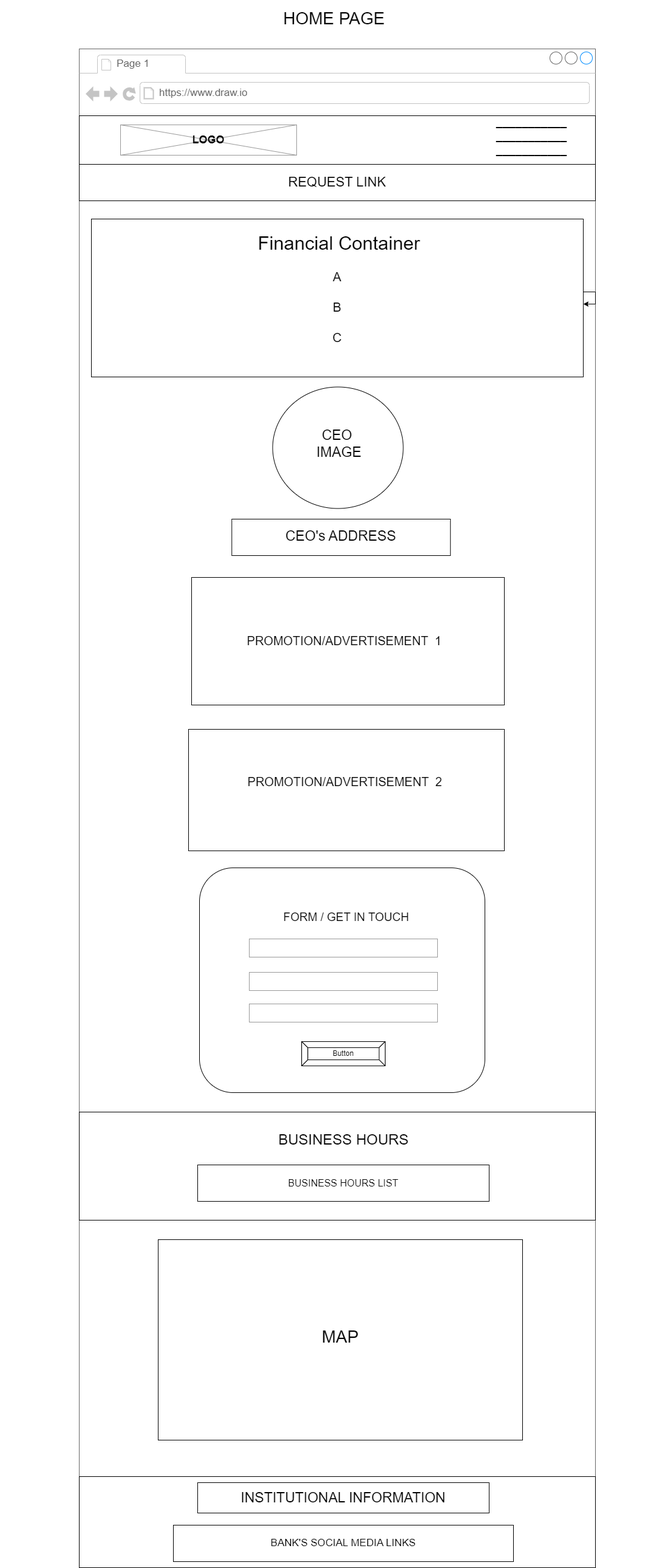
Earlier version of the draw.io export docs/wireframe/homepagemobile.png (MarioLFB/P1CodeInstitute). Source tidied: cells renumbered, new cells last; positions are measured from the earlier drawing's top-left corner, leaving out a move shared by most shapes.
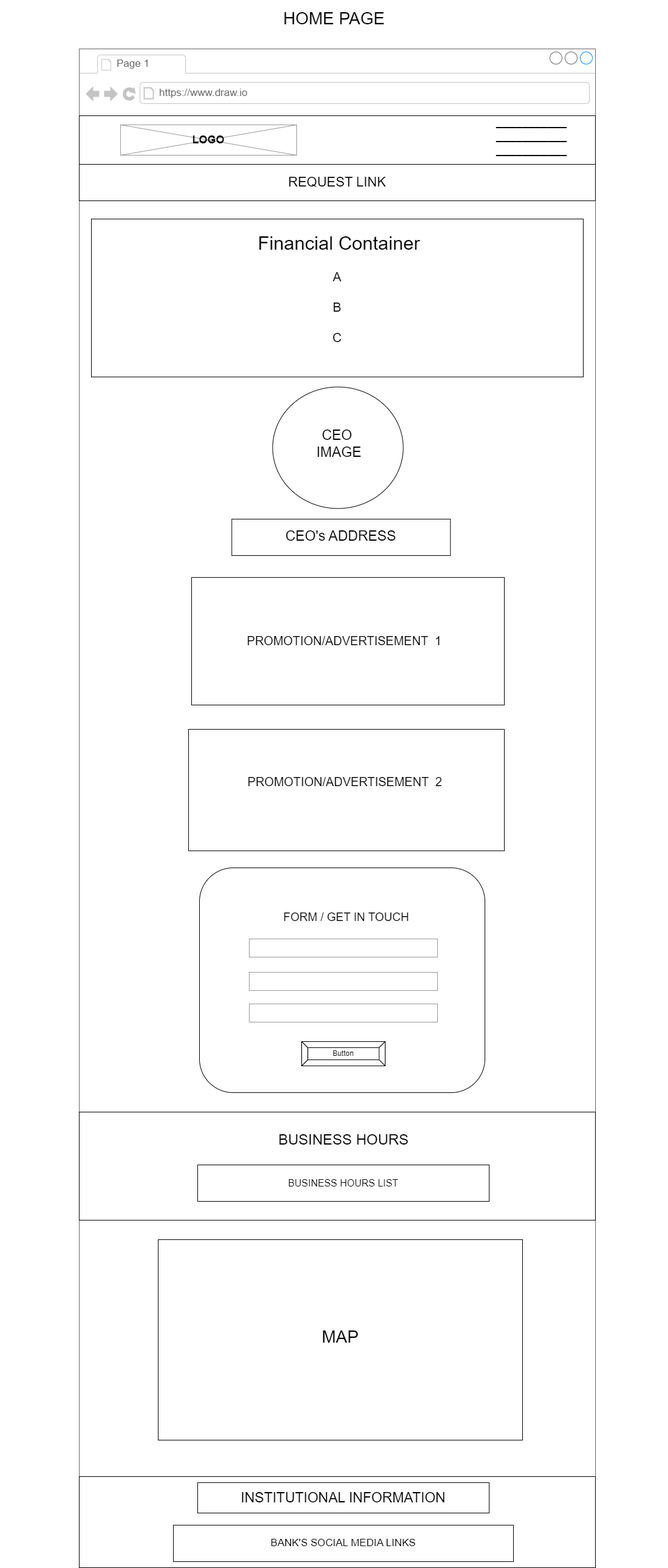
After the change.

Commit message:
fix Home page mobile wireframe

Change to the diagram source:
```diff
@@ -98,9 +98,6 @@
     <mxCell id="33" value="&lt;font style=&quot;font-size: 23px;&quot;&gt;CEO&amp;nbsp;&lt;br&gt;IMAGE&lt;/font&gt;" style="text;html=1;strokeColor=none;fillColor=none;align=center;verticalAlign=middle;whiteSpace=wrap;rounded=0;" parent="2" vertex="1">
       <mxGeometry x="368" y="613.2" width="120" height="72.5" as="geometry" />
     </mxCell>
-    <mxCell id="34" style="edgeStyle=orthogonalEdgeStyle;rounded=0;orthogonalLoop=1;jettySize=auto;html=1;" parent="2" edge="1" source="8" target="8">
-      <mxGeometry relative="1" as="geometry" />
-    </mxCell>
     <mxCell id="35" value="&lt;font style=&quot;font-size: 22px;&quot;&gt;REQUEST LINK&lt;/font&gt;" style="rounded=0;whiteSpace=wrap;html=1;" parent="2" vertex="1">
       <mxGeometry y="190" width="850" height="60" as="geometry" />
     </mxCell>
```
